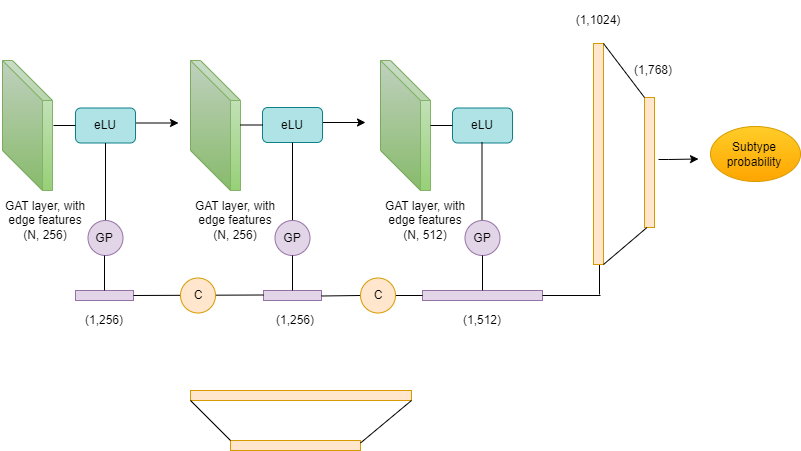
Before: Untitled Diagram.drawio.png, a diagram exported from draw.io (lucyOCg/trial-repository). Source tidied: cells renumbered, new cells last; positions are measured from the earlier drawing's top-left corner, leaving out a move shared by most shapes. Its diagram source:
```xml
<mxGraphModel>
  <root>
    <mxCell id="0" />
    <mxCell id="1" parent="0" />
    <mxCell id="2" style="shape=cube;whiteSpace=wrap;html=1;boundedLbl=1;backgroundOutline=1;darkOpacity=0.05;darkOpacity2=0.1;size=40;fillColor=#d5e8d4;strokeColor=#82b366;gradientColor=#97d077;" parent="1" vertex="1">
      <mxGeometry x="190" y="60" width="50" height="130" as="geometry" />
    </mxCell>
    <mxCell id="3" style="shape=cube;whiteSpace=wrap;html=1;boundedLbl=1;backgroundOutline=1;darkOpacity=0.05;darkOpacity2=0.1;size=40;fillColor=#d5e8d4;strokeColor=#82b366;gradientColor=#97d077;" parent="1" vertex="1">
      <mxGeometry x="380" y="60" width="50" height="130" as="geometry" />
    </mxCell>
    <mxCell id="4" style="shape=cube;whiteSpace=wrap;html=1;boundedLbl=1;backgroundOutline=1;darkOpacity=0.05;darkOpacity2=0.1;size=40;fillColor=#d5e8d4;strokeColor=#82b366;gradientColor=#97d077;" parent="1" vertex="1">
      <mxGeometry x="2" y="60" width="50" height="130" as="geometry" />
    </mxCell>
    <mxCell id="5" style="endArrow=classic;html=1;rounded=0;" parent="1" edge="1">
      <mxGeometry relative="1" as="geometry">
        <mxPoint x="128" y="122.5" as="sourcePoint" />
        <mxPoint x="178" y="122.5" as="targetPoint" />
      </mxGeometry>
    </mxCell>
    <mxCell id="6" value="GAT layer, with edge features&lt;br&gt;(N, 256)" style="text;strokeColor=none;align=center;fillColor=none;html=1;verticalAlign=middle;whiteSpace=wrap;rounded=0;" parent="1" vertex="1">
      <mxGeometry y="200" width="90" height="40" as="geometry" />
    </mxCell>
    <mxCell id="7" value="GAT layer, with edge features&lt;br&gt;(N, 256)" style="text;strokeColor=none;align=center;fillColor=none;html=1;verticalAlign=middle;whiteSpace=wrap;rounded=0;" parent="1" vertex="1">
      <mxGeometry x="190" y="200" width="90" height="40" as="geometry" />
    </mxCell>
    <mxCell id="8" value="GAT layer, with edge features&lt;br&gt;(N, 512)" style="text;strokeColor=none;align=center;fillColor=none;html=1;verticalAlign=middle;whiteSpace=wrap;rounded=0;" parent="1" vertex="1">
      <mxGeometry x="380" y="200" width="90" height="40" as="geometry" />
    </mxCell>
    <mxCell id="9" value="eLU" style="rounded=1;whiteSpace=wrap;html=1;fillColor=#b0e3e6;strokeColor=#0e8088;" parent="1" vertex="1">
      <mxGeometry x="75" y="107.5" width="60" height="35" as="geometry" />
    </mxCell>
    <mxCell id="10" style="endArrow=none;html=1;rounded=0;entryX=0;entryY=0.5;entryDx=0;entryDy=0;" parent="1" edge="1" target="9">
      <mxGeometry relative="1" as="geometry">
        <mxPoint x="53" y="125" as="sourcePoint" />
      </mxGeometry>
    </mxCell>
    <mxCell id="11" style="endArrow=classic;html=1;rounded=0;" parent="1" edge="1">
      <mxGeometry relative="1" as="geometry">
        <mxPoint x="315" y="122" as="sourcePoint" />
        <mxPoint x="365" y="122" as="targetPoint" />
      </mxGeometry>
    </mxCell>
    <mxCell id="12" value="eLU" style="rounded=1;whiteSpace=wrap;html=1;fillColor=#b0e3e6;strokeColor=#0e8088;" parent="1" vertex="1">
      <mxGeometry x="262" y="107" width="60" height="35" as="geometry" />
    </mxCell>
    <mxCell id="13" style="endArrow=none;html=1;rounded=0;entryX=0;entryY=0.5;entryDx=0;entryDy=0;" parent="1" edge="1" target="12">
      <mxGeometry relative="1" as="geometry">
        <mxPoint x="240" y="124.5" as="sourcePoint" />
      </mxGeometry>
    </mxCell>
    <mxCell id="14" value="eLU" style="rounded=1;whiteSpace=wrap;html=1;fillColor=#b0e3e6;strokeColor=#0e8088;" parent="1" vertex="1">
      <mxGeometry x="452" y="107.5" width="60" height="35" as="geometry" />
    </mxCell>
    <mxCell id="15" style="endArrow=none;html=1;rounded=0;entryX=0;entryY=0.5;entryDx=0;entryDy=0;" parent="1" edge="1" target="14">
      <mxGeometry relative="1" as="geometry">
        <mxPoint x="430" y="125" as="sourcePoint" />
      </mxGeometry>
    </mxCell>
    <mxCell id="16" style="endArrow=none;html=1;rounded=0;startArrow=none;entryX=0.5;entryY=1;entryDx=0;entryDy=0;" parent="1" edge="1" target="9">
      <mxGeometry relative="1" as="geometry">
        <mxPoint x="105" y="220" as="sourcePoint" />
      </mxGeometry>
    </mxCell>
    <mxCell id="17" style="endArrow=none;html=1;rounded=0;entryX=0.5;entryY=1;entryDx=0;entryDy=0;startArrow=none;" parent="1" edge="1" source="22" target="12">
      <mxGeometry relative="1" as="geometry" />
    </mxCell>
    <mxCell id="18" style="endArrow=none;html=1;rounded=0;entryX=0.5;entryY=1;entryDx=0;entryDy=0;" parent="1" edge="1">
      <mxGeometry relative="1" as="geometry">
        <mxPoint x="481.5" y="250" as="sourcePoint" />
        <mxPoint x="481.5" y="142" as="targetPoint" />
      </mxGeometry>
    </mxCell>
    <mxCell id="19" value="GP" style="text;html=1;align=center;verticalAlign=middle;strokeColor=none;fillColor=none;" parent="1" vertex="1">
      <mxGeometry x="85" y="230" width="40" height="30" as="geometry" />
    </mxCell>
    <mxCell id="20" style="verticalLabelPosition=bottom;verticalAlign=top;html=1;shape=mxgraph.flowchart.on-page_reference;fillColor=#e1d5e7;strokeColor=#9673a6;" parent="1" vertex="1">
      <mxGeometry x="87.5" y="220" width="35" height="35" as="geometry" />
    </mxCell>
    <mxCell id="21" style="endArrow=none;html=1;rounded=0;entryX=0.5;entryY=1;entryDx=0;entryDy=0;" parent="1" edge="1" target="22">
      <mxGeometry relative="1" as="geometry">
        <mxPoint x="292" y="250" as="sourcePoint" />
      </mxGeometry>
    </mxCell>
    <mxCell id="22" style="verticalLabelPosition=bottom;verticalAlign=top;html=1;shape=mxgraph.flowchart.on-page_reference;fillColor=#e1d5e7;strokeColor=#9673a6;" parent="1" vertex="1">
      <mxGeometry x="274.5" y="220" width="35" height="35" as="geometry" />
    </mxCell>
    <mxCell id="23" style="verticalLabelPosition=bottom;verticalAlign=top;html=1;shape=mxgraph.flowchart.on-page_reference;fillColor=#e1d5e7;strokeColor=#9673a6;" parent="1" vertex="1">
      <mxGeometry x="464.5" y="220" width="35" height="35" as="geometry" />
    </mxCell>
    <mxCell id="24" style="rounded=0;whiteSpace=wrap;html=1;fillColor=#e1d5e7;strokeColor=#9673a6;" parent="1" vertex="1">
      <mxGeometry x="75" y="290" width="58" height="10" as="geometry" />
    </mxCell>
    <mxCell id="25" style="rounded=0;whiteSpace=wrap;html=1;fillColor=#e1d5e7;strokeColor=#9673a6;" parent="1" vertex="1">
      <mxGeometry x="263" y="290" width="58" height="10" as="geometry" />
    </mxCell>
    <mxCell id="26" style="rounded=0;whiteSpace=wrap;html=1;fillColor=#e1d5e7;strokeColor=#9673a6;" parent="1" vertex="1">
      <mxGeometry x="422" y="290" width="120" height="10" as="geometry" />
    </mxCell>
    <mxCell id="27" style="endArrow=none;html=1;rounded=0;exitX=1;exitY=0.5;exitDx=0;exitDy=0;" parent="1" edge="1" source="24">
      <mxGeometry relative="1" as="geometry">
        <mxPoint x="263" y="294.5" as="targetPoint" />
      </mxGeometry>
    </mxCell>
    <mxCell id="28" style="endArrow=none;html=1;rounded=0;entryX=0;entryY=0.5;entryDx=0;entryDy=0;startArrow=none;" parent="1" edge="1" source="31" target="26">
      <mxGeometry relative="1" as="geometry" />
    </mxCell>
    <mxCell id="29" style="verticalLabelPosition=bottom;verticalAlign=top;html=1;shape=mxgraph.flowchart.on-page_reference;fillColor=#ffe6cc;strokeColor=#d79b00;" parent="1" vertex="1">
      <mxGeometry x="180" y="277.5" width="35" height="35" as="geometry" />
    </mxCell>
    <mxCell id="30" style="endArrow=none;html=1;rounded=0;entryX=0;entryY=0.5;entryDx=0;entryDy=0;" parent="1" edge="1" target="31">
      <mxGeometry relative="1" as="geometry">
        <mxPoint x="321" y="295.5" as="sourcePoint" />
      </mxGeometry>
    </mxCell>
    <mxCell id="31" style="verticalLabelPosition=bottom;verticalAlign=top;html=1;shape=mxgraph.flowchart.on-page_reference;fillColor=#ffe6cc;strokeColor=#d79b00;" parent="1" vertex="1">
      <mxGeometry x="360" y="277.5" width="35" height="35" as="geometry" />
    </mxCell>
    <mxCell id="32" style="endArrow=none;html=1;rounded=0;" parent="1" edge="1">
      <mxGeometry relative="1" as="geometry">
        <mxPoint x="104" y="290" as="sourcePoint" />
        <mxPoint x="104" y="255" as="targetPoint" />
      </mxGeometry>
    </mxCell>
    <mxCell id="33" style="endArrow=none;html=1;rounded=0;entryX=0.5;entryY=1;entryDx=0;entryDy=0;entryPerimeter=0;" parent="1" edge="1" target="22">
      <mxGeometry relative="1" as="geometry">
        <mxPoint x="292" y="290" as="sourcePoint" />
      </mxGeometry>
    </mxCell>
    <mxCell id="34" style="endArrow=none;html=1;rounded=0;exitX=0.5;exitY=0;exitDx=0;exitDy=0;entryX=0.5;entryY=1;entryDx=0;entryDy=0;entryPerimeter=0;" parent="1" edge="1" source="26" target="23">
      <mxGeometry relative="1" as="geometry" />
    </mxCell>
    <mxCell id="35" style="endArrow=none;html=1;rounded=0;" parent="1" edge="1">
      <mxGeometry relative="1" as="geometry">
        <mxPoint x="542" y="295" as="sourcePoint" />
        <mxPoint x="600" y="295" as="targetPoint" />
      </mxGeometry>
    </mxCell>
    <mxCell id="36" style="endArrow=none;html=1;rounded=0;" parent="1" edge="1">
      <mxGeometry relative="1" as="geometry">
        <mxPoint x="599" y="294" as="sourcePoint" />
        <mxPoint x="599" y="220" as="targetPoint" />
      </mxGeometry>
    </mxCell>
    <mxCell id="37" style="rounded=0;whiteSpace=wrap;html=1;rotation=-90;fillColor=#ffe6cc;strokeColor=#d79b00;" parent="1" vertex="1">
      <mxGeometry x="487.5" y="148.5" width="221" height="10" as="geometry" />
    </mxCell>
    <mxCell id="38" style="rounded=0;whiteSpace=wrap;html=1;rotation=-90;fillColor=#ffe6cc;strokeColor=#d79b00;" parent="1" vertex="1">
      <mxGeometry x="584" y="157" width="130" height="10" as="geometry" />
    </mxCell>
    <mxCell id="39" style="endArrow=none;html=1;rounded=0;entryX=0;entryY=0.25;entryDx=0;entryDy=0;exitX=0;exitY=1;exitDx=0;exitDy=0;" parent="1" edge="1" source="37" target="38">
      <mxGeometry relative="1" as="geometry" />
    </mxCell>
    <mxCell id="40" style="endArrow=none;html=1;rounded=0;entryX=1;entryY=0;entryDx=0;entryDy=0;exitX=1;exitY=1;exitDx=0;exitDy=0;" parent="1" edge="1" source="37" target="38">
      <mxGeometry relative="1" as="geometry" />
    </mxCell>
    <mxCell id="41" value="GP" style="text;strokeColor=none;align=center;fillColor=none;html=1;verticalAlign=middle;whiteSpace=wrap;rounded=0;" parent="1" vertex="1">
      <mxGeometry x="59" y="217.5" width="90" height="40" as="geometry" />
    </mxCell>
    <mxCell id="42" value="GP" style="text;strokeColor=none;align=center;fillColor=none;html=1;verticalAlign=middle;whiteSpace=wrap;rounded=0;" parent="1" vertex="1">
      <mxGeometry x="247" y="217.5" width="90" height="40" as="geometry" />
    </mxCell>
    <mxCell id="43" value="GP" style="text;align=center;html=1;verticalAlign=middle;whiteSpace=wrap;rounded=0;" parent="1" vertex="1">
      <mxGeometry x="437" y="217.5" width="90" height="40" as="geometry" />
    </mxCell>
    <mxCell id="44" value="C" style="text;strokeColor=none;align=center;fillColor=none;html=1;verticalAlign=middle;whiteSpace=wrap;rounded=0;" parent="1" vertex="1">
      <mxGeometry x="152.5" y="275" width="90" height="40" as="geometry" />
    </mxCell>
    <mxCell id="45" value="C" style="text;strokeColor=none;align=center;fillColor=none;html=1;verticalAlign=middle;whiteSpace=wrap;rounded=0;" parent="1" vertex="1">
      <mxGeometry x="332.5" y="275" width="90" height="40" as="geometry" />
    </mxCell>
    <mxCell id="46" value="(1,256)" style="text;strokeColor=none;align=center;fillColor=none;html=1;verticalAlign=middle;whiteSpace=wrap;rounded=0;" parent="1" vertex="1">
      <mxGeometry x="59" y="300" width="90" height="40" as="geometry" />
    </mxCell>
    <mxCell id="47" value="(1,256)" style="text;strokeColor=none;align=center;fillColor=none;html=1;verticalAlign=middle;whiteSpace=wrap;rounded=0;" parent="1" vertex="1">
      <mxGeometry x="250" y="300" width="90" height="40" as="geometry" />
    </mxCell>
    <mxCell id="48" value="(1,512)" style="text;strokeColor=none;align=center;fillColor=none;html=1;verticalAlign=middle;whiteSpace=wrap;rounded=0;" parent="1" vertex="1">
      <mxGeometry x="437" y="300" width="90" height="40" as="geometry" />
    </mxCell>
    <mxCell id="49" value="(1,1024)" style="text;strokeColor=none;align=center;fillColor=none;html=1;verticalAlign=middle;whiteSpace=wrap;rounded=0;" parent="1" vertex="1">
      <mxGeometry x="553" width="90" height="40" as="geometry" />
    </mxCell>
    <mxCell id="50" value="(1,768)" style="text;strokeColor=none;align=center;fillColor=none;html=1;verticalAlign=middle;whiteSpace=wrap;rounded=0;" parent="1" vertex="1">
      <mxGeometry x="608" y="50" width="90" height="40" as="geometry" />
    </mxCell>
    <mxCell id="51" style="endArrow=classic;html=1;rounded=0;" parent="1" edge="1">
      <mxGeometry relative="1" as="geometry">
        <mxPoint x="658" y="159" as="sourcePoint" />
        <mxPoint x="698" y="158.5" as="targetPoint" />
        <Array as="points">
          <mxPoint x="668" y="159" />
        </Array>
      </mxGeometry>
    </mxCell>
    <mxCell id="52" style="ellipse;whiteSpace=wrap;html=1;fillColor=#ffcd28;strokeColor=#d79b00;gradientColor=#ffa500;" parent="1" vertex="1">
      <mxGeometry x="710" y="126" width="90" height="55" as="geometry" />
    </mxCell>
    <mxCell id="53" value="Subtype probability" style="text;strokeColor=none;align=center;fillColor=none;html=1;verticalAlign=middle;whiteSpace=wrap;rounded=0;" parent="1" vertex="1">
      <mxGeometry x="708.5" y="133.5" width="90" height="40" as="geometry" />
    </mxCell>
    <mxCell id="54" style="rounded=0;whiteSpace=wrap;html=1;rotation=0;fillColor=#ffe6cc;strokeColor=#d79b00;" parent="1" vertex="1">
      <mxGeometry x="190" y="390" width="221" height="10" as="geometry" />
    </mxCell>
    <mxCell id="55" style="rounded=0;whiteSpace=wrap;html=1;rotation=0;fillColor=#ffe6cc;strokeColor=#d79b00;" parent="1" vertex="1">
      <mxGeometry x="230" y="440" width="130" height="10" as="geometry" />
    </mxCell>
    <mxCell id="56" style="endArrow=none;html=1;rounded=0;entryX=0;entryY=1;entryDx=0;entryDy=0;exitX=0;exitY=0;exitDx=0;exitDy=0;" parent="1" edge="1" source="55" target="54">
      <mxGeometry relative="1" as="geometry" />
    </mxCell>
    <mxCell id="57" style="endArrow=none;html=1;rounded=0;entryX=1;entryY=0.25;entryDx=0;entryDy=0;exitX=1;exitY=1;exitDx=0;exitDy=0;" parent="1" edge="1" source="54" target="55">
      <mxGeometry relative="1" as="geometry" />
    </mxCell>
  </root>
</mxGraphModel>
```
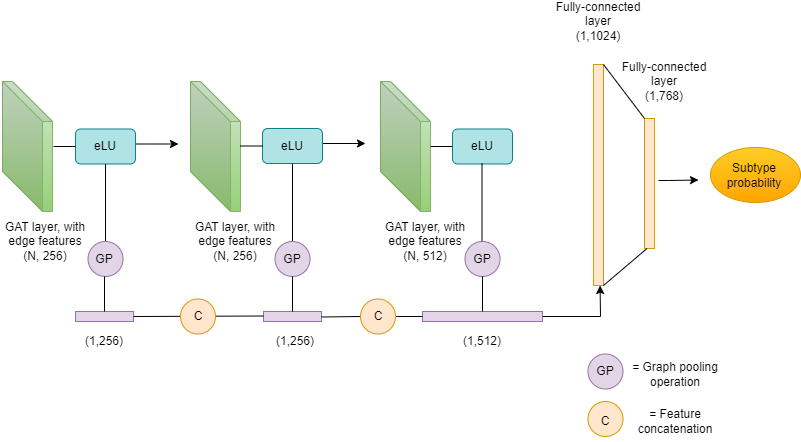
The same diagram one commit later.

Diff of the diagram source:
```diff
@@ -135,12 +135,6 @@
         <mxPoint x="600" y="295" as="targetPoint" />
       </mxGeometry>
     </mxCell>
-    <mxCell id="36" style="endArrow=none;html=1;rounded=0;" parent="1" edge="1">
-      <mxGeometry relative="1" as="geometry">
-        <mxPoint x="599" y="294" as="sourcePoint" />
-        <mxPoint x="599" y="220" as="targetPoint" />
-      </mxGeometry>
-    </mxCell>
     <mxCell id="37" style="rounded=0;whiteSpace=wrap;html=1;rotation=-90;fillColor=#ffe6cc;strokeColor=#d79b00;" parent="1" vertex="1">
       <mxGeometry x="487.5" y="148.5" width="221" height="10" as="geometry" />
     </mxCell>
@@ -177,11 +171,11 @@
     <mxCell id="48" value="(1,512)" style="text;strokeColor=none;align=center;fillColor=none;html=1;verticalAlign=middle;whiteSpace=wrap;rounded=0;" parent="1" vertex="1">
       <mxGeometry x="437" y="300" width="90" height="40" as="geometry" />
     </mxCell>
-    <mxCell id="49" value="(1,1024)" style="text;strokeColor=none;align=center;fillColor=none;html=1;verticalAlign=middle;whiteSpace=wrap;rounded=0;" parent="1" vertex="1">
-      <mxGeometry x="553" width="90" height="40" as="geometry" />
+    <mxCell id="49" value="Fully-connected layer&lt;br&gt;(1,1024)" style="text;strokeColor=none;align=center;fillColor=none;html=1;verticalAlign=middle;whiteSpace=wrap;rounded=0;" parent="1" vertex="1">
+      <mxGeometry x="553" y="-20" width="90" height="40" as="geometry" />
     </mxCell>
-    <mxCell id="50" value="(1,768)" style="text;strokeColor=none;align=center;fillColor=none;html=1;verticalAlign=middle;whiteSpace=wrap;rounded=0;" parent="1" vertex="1">
-      <mxGeometry x="608" y="50" width="90" height="40" as="geometry" />
+    <mxCell id="50" value="Fully-connected layer&lt;br&gt;(1,768)" style="text;strokeColor=none;align=center;fillColor=none;html=1;verticalAlign=middle;whiteSpace=wrap;rounded=0;" parent="1" vertex="1">
+      <mxGeometry x="618.5" y="40" width="90" height="40" as="geometry" />
     </mxCell>
     <mxCell id="51" style="endArrow=classic;html=1;rounded=0;" parent="1" edge="1">
       <mxGeometry relative="1" as="geometry">
@@ -198,17 +192,28 @@
     <mxCell id="53" value="Subtype probability" style="text;strokeColor=none;align=center;fillColor=none;html=1;verticalAlign=middle;whiteSpace=wrap;rounded=0;" parent="1" vertex="1">
       <mxGeometry x="708.5" y="133.5" width="90" height="40" as="geometry" />
     </mxCell>
-    <mxCell id="54" style="rounded=0;whiteSpace=wrap;html=1;rotation=0;fillColor=#ffe6cc;strokeColor=#d79b00;" parent="1" vertex="1">
-      <mxGeometry x="190" y="390" width="221" height="10" as="geometry" />
-    </mxCell>
-    <mxCell id="55" style="rounded=0;whiteSpace=wrap;html=1;rotation=0;fillColor=#ffe6cc;strokeColor=#d79b00;" parent="1" vertex="1">
-      <mxGeometry x="230" y="440" width="130" height="10" as="geometry" />
-    </mxCell>
-    <mxCell id="56" style="endArrow=none;html=1;rounded=0;entryX=0;entryY=1;entryDx=0;entryDy=0;exitX=0;exitY=0;exitDx=0;exitDy=0;" parent="1" edge="1" source="55" target="54">
-      <mxGeometry relative="1" as="geometry" />
-    </mxCell>
-    <mxCell id="57" style="endArrow=none;html=1;rounded=0;entryX=1;entryY=0.25;entryDx=0;entryDy=0;exitX=1;exitY=1;exitDx=0;exitDy=0;" parent="1" edge="1" source="54" target="55">
-      <mxGeometry relative="1" as="geometry" />
-    </mxCell>
+    <mxCell id="58" style="endArrow=classic;html=1;rounded=0;" parent="1" edge="1" target="37">
+      <mxGeometry relative="1" as="geometry">
+        <mxPoint x="600" y="295" as="sourcePoint" />
+      </mxGeometry>
+    </mxCell>
+    <mxCell id="59" style="verticalLabelPosition=bottom;verticalAlign=top;html=1;shape=mxgraph.flowchart.on-page_reference;fillColor=#e1d5e7;strokeColor=#9673a6;" parent="1" vertex="1">
+      <mxGeometry x="587.5" y="332.5" width="35" height="35" as="geometry" />
+    </mxCell>
+    <mxCell id="60" value="GP" style="text;align=center;html=1;verticalAlign=middle;whiteSpace=wrap;rounded=0;" parent="1" vertex="1">
+      <mxGeometry x="560" y="330" width="90" height="40" as="geometry" />
+    </mxCell>
+    <mxCell id="61" style="verticalLabelPosition=bottom;verticalAlign=top;html=1;shape=mxgraph.flowchart.on-page_reference;fillColor=#ffe6cc;strokeColor=#d79b00;" parent="1" vertex="1">
+      <mxGeometry x="587.5" y="380" width="35" height="35" as="geometry" />
+    </mxCell>
+    <mxCell id="62" value="C" style="text;strokeColor=none;align=center;fillColor=none;html=1;verticalAlign=middle;whiteSpace=wrap;rounded=0;" parent="1" vertex="1">
+      <mxGeometry x="560" y="380" width="90" height="40" as="geometry" />
+    </mxCell>
+    <mxCell id="63" value="= Graph pooling operation" style="text;strokeColor=none;align=center;fillColor=none;html=1;verticalAlign=middle;whiteSpace=wrap;rounded=0;" parent="1" vertex="1">
+      <mxGeometry x="630" y="332.5" width="90" height="40" as="geometry" />
+    </mxCell>
+    <mxCell id="64" value="= Feature concatenation" style="text;strokeColor=none;align=center;fillColor=none;html=1;verticalAlign=middle;whiteSpace=wrap;rounded=0;" parent="1" vertex="1">
+      <mxGeometry x="630" y="380" width="90" height="40" as="geometry" />
+    </mxCell>
   </root>
 </mxGraphModel>
```
